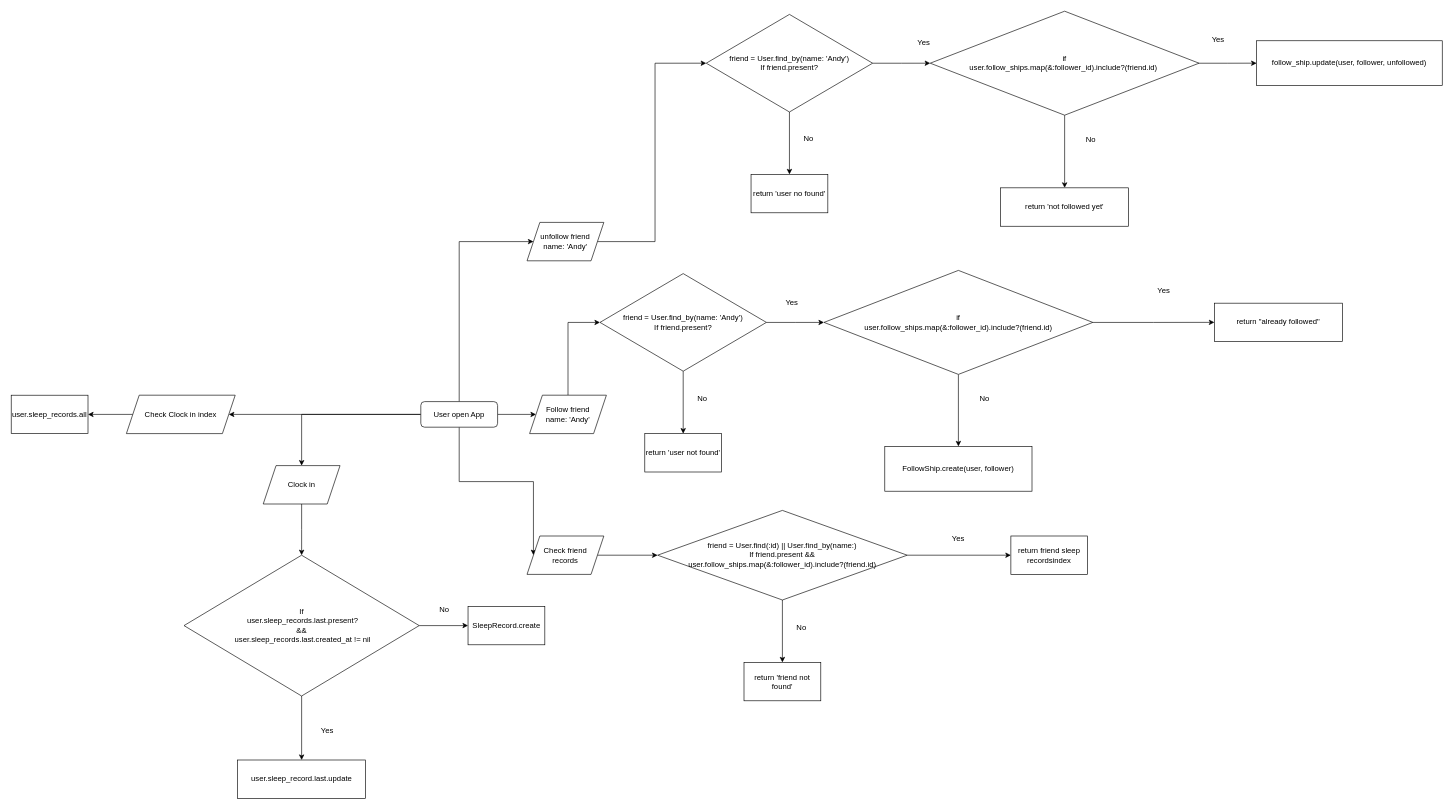
Before: tripla_homework.drawio in LaichuLai/draw_io, a draw.io diagram. Source tidied: cells renumbered, new cells numbered last; positions are measured from the earlier drawing's top-left corner, leaving out a move shared by most shapes. Both pictures are drawn from the tidied source at 64%, with x=0, y=0 at pixel (11, 11).
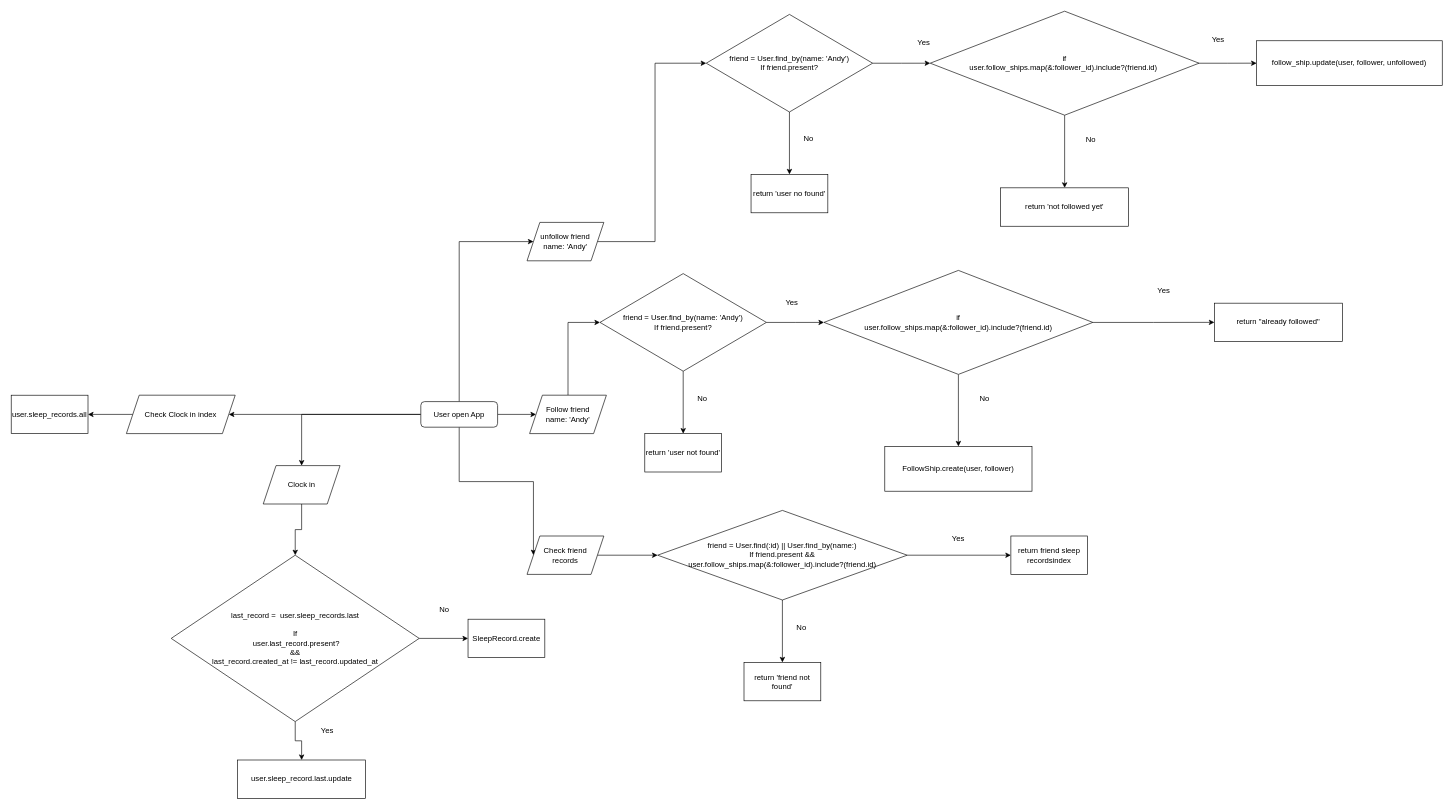
Above is the later version.

Commit message:
update clock_in rule

The edit, as a diff of the source:
```diff
@@
-    <mxCell id="12" value="If&lt;br&gt;&amp;nbsp;user.sleep_records.last.present?&lt;br&gt;&amp;amp;&amp;amp;&lt;br&gt;&amp;nbsp;user.sleep_records.last.created_at != nil" style="rhombus;whiteSpace=wrap;html=1;align=center;" parent="1" vertex="1">
-      <mxGeometry x="270" y="850" width="367.5" height="220" as="geometry" />
+    <mxCell id="12" value="last_record =&amp;nbsp;&amp;nbsp;user.sleep_records.last&lt;br&gt;&lt;br&gt;If&lt;br&gt;&amp;nbsp;user.last_record.present?&lt;br&gt;&amp;amp;&amp;amp;&lt;br&gt;last_record.created_at != last_record.updated_at" style="rhombus;whiteSpace=wrap;html=1;align=center;" parent="1" vertex="1">
+      <mxGeometry x="250" y="850" width="387.5" height="260" as="geometry" />
     </mxCell>
     <mxCell id="13" value="SleepRecord.create" style="whiteSpace=wrap;html=1;" parent="1" vertex="1">
-      <mxGeometry x="713.8" y="930" width="120" height="60" as="geometry" />
+      <mxGeometry x="713.8" y="950" width="120" height="60" as="geometry" />
     </mxCell>
```
